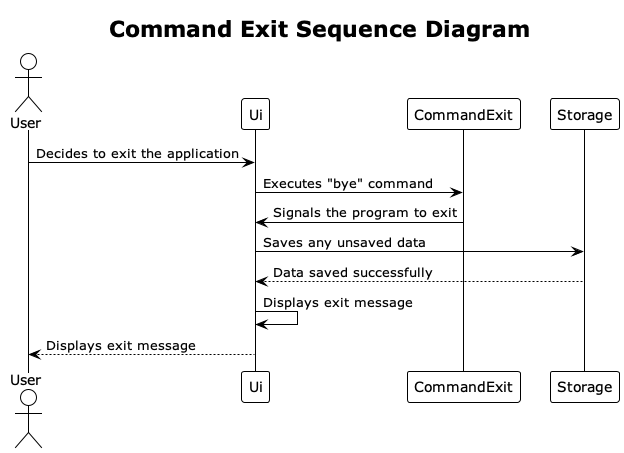
This is docs/UML/Commands/commandExitSequence.png from nus-cs2113-AY2324S1/tp, a PlantUML export, as it was before one commit. The source it was exported from:
```plantuml
@startuml
!theme plain
title Command Exit Sequence Diagram

actor User
participant Ui
participant CommandExit
participant Storage

User -> Ui: Decides to exit the application
Ui -> CommandExit: Executes "bye" command
CommandExit -> Ui: Signals the program to exit
Ui -> Storage: Saves any unsaved data
Storage --> Ui: Data saved successfully
Ui -> Ui: Displays exit message
Ui --> User: Displays exit message

@enduml
```
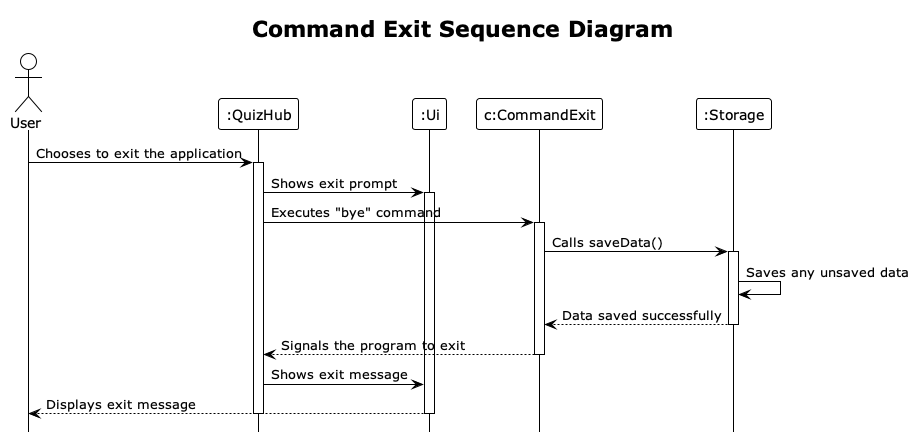
The same file after the commit.

Commit message:
Update command exit uml

The edit, as a diff of the source:
```diff
@@ -1,18 +1,30 @@
 @startuml
 !theme plain
+hide footbox
 title Command Exit Sequence Diagram
 
 actor User
-participant Ui
-participant CommandExit
-participant Storage
+participant QuizHub as ":QuizHub"
+participant Ui as ":Ui"
+participant CommandExit as "c:CommandExit"
+participant Storage as ":Storage"
 
-User -> Ui: Decides to exit the application
-Ui -> CommandExit: Executes "bye" command
-CommandExit -> Ui: Signals the program to exit
-Ui -> Storage: Saves any unsaved data
-Storage --> Ui: Data saved successfully
-Ui -> Ui: Displays exit message
+User -> QuizHub: Chooses to exit the application
+activate QuizHub
+QuizHub -> Ui : Shows exit prompt
+activate Ui
+QuizHub -> CommandExit: Executes "bye" command
+activate CommandExit
+CommandExit -> Storage: Calls saveData()
+activate Storage
+Storage -> Storage: Saves any unsaved data
+Storage --> CommandExit: Data saved successfully
+deactivate Storage
+CommandExit --> QuizHub: Signals the program to exit
+deactivate CommandExit
+QuizHub -> Ui: Shows exit message
 Ui --> User: Displays exit message
+deactivate Ui
+deactivate QuizHub
 
 @enduml
```
